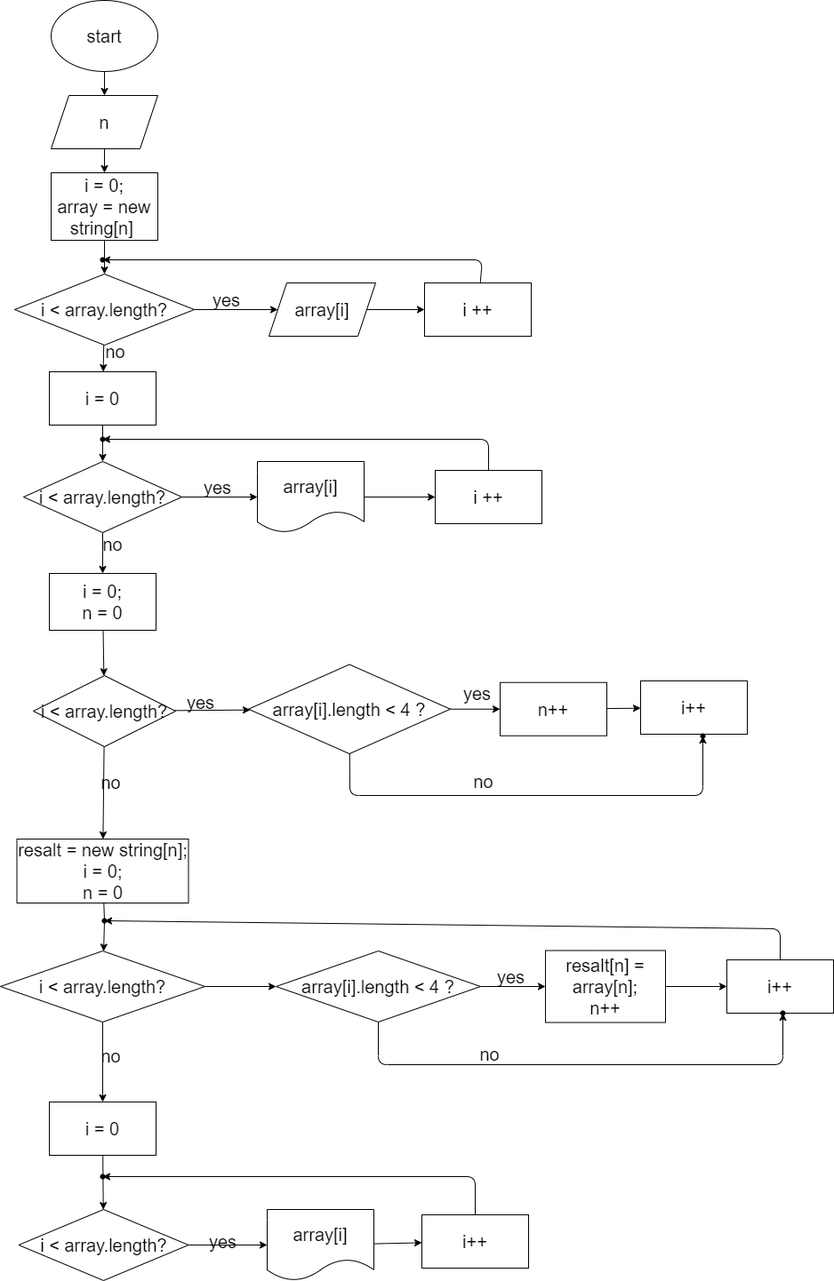
Before: diagram.drawio.png, a diagram exported from draw.io (azl23/BlockResults). Source tidied: cells renumbered, new cells last; positions are measured from the earlier drawing's top-left corner, leaving out a move shared by most shapes. The source it was exported from:
```xml
<mxGraphModel>
  <root>
    <mxCell id="0" />
    <mxCell id="1" parent="0" />
    <mxCell id="2" style="edgeStyle=none;html=1;fontSize=20;" parent="1" edge="1" source="3" target="5">
      <mxGeometry relative="1" as="geometry" />
    </mxCell>
    <mxCell id="3" value="start" style="ellipse;whiteSpace=wrap;html=1;fontSize=20;" parent="1" vertex="1">
      <mxGeometry x="57" width="120" height="80" as="geometry" />
    </mxCell>
    <mxCell id="4" style="edgeStyle=none;html=1;fontSize=20;" parent="1" edge="1" source="5" target="7">
      <mxGeometry relative="1" as="geometry" />
    </mxCell>
    <mxCell id="5" value="n" style="shape=parallelogram;perimeter=parallelogramPerimeter;whiteSpace=wrap;html=1;fixedSize=1;fontSize=20;" parent="1" vertex="1">
      <mxGeometry x="57" y="107" width="120" height="60" as="geometry" />
    </mxCell>
    <mxCell id="6" style="edgeStyle=none;html=1;fontSize=20;" parent="1" edge="1" source="7" target="10">
      <mxGeometry relative="1" as="geometry" />
    </mxCell>
    <mxCell id="7" value="i = 0;&lt;br&gt;array = new string[n]&amp;nbsp;" style="whiteSpace=wrap;html=1;fontSize=20;" parent="1" vertex="1">
      <mxGeometry x="57" y="194" width="120" height="76" as="geometry" />
    </mxCell>
    <mxCell id="8" style="edgeStyle=none;html=1;fontSize=20;" parent="1" edge="1" source="10" target="12">
      <mxGeometry relative="1" as="geometry" />
    </mxCell>
    <mxCell id="9" style="edgeStyle=none;html=1;fontSize=20;" parent="1" edge="1" source="10" target="18">
      <mxGeometry relative="1" as="geometry" />
    </mxCell>
    <mxCell id="10" value="i &amp;lt; array.length?" style="rhombus;whiteSpace=wrap;html=1;fontSize=20;" parent="1" vertex="1">
      <mxGeometry x="16" y="308" width="202" height="80" as="geometry" />
    </mxCell>
    <mxCell id="11" style="edgeStyle=none;html=1;fontSize=20;" parent="1" edge="1" source="12" target="15">
      <mxGeometry relative="1" as="geometry" />
    </mxCell>
    <mxCell id="12" value="array[i]" style="shape=parallelogram;perimeter=parallelogramPerimeter;whiteSpace=wrap;html=1;fixedSize=1;fontSize=20;" parent="1" vertex="1">
      <mxGeometry x="302" y="318" width="120" height="60" as="geometry" />
    </mxCell>
    <mxCell id="13" value="yes" style="text;html=1;align=center;verticalAlign=middle;strokeColor=none;fillColor=none;fontSize=20;" parent="1" vertex="1">
      <mxGeometry x="233" y="323" width="41" height="28" as="geometry" />
    </mxCell>
    <mxCell id="14" style="edgeStyle=none;html=1;fontSize=20;" parent="1" edge="1" source="15" target="16">
      <mxGeometry relative="1" as="geometry">
        <Array as="points">
          <mxPoint x="542" y="292" />
        </Array>
      </mxGeometry>
    </mxCell>
    <mxCell id="15" value="i ++" style="whiteSpace=wrap;html=1;fontSize=20;" parent="1" vertex="1">
      <mxGeometry x="477" y="318" width="120" height="60" as="geometry" />
    </mxCell>
    <mxCell id="16" style="shape=waypoint;sketch=0;size=6;points=[];fillColor=default;perimeter=centerPerimeter;snapToPoint=1;fontSize=20;" parent="1" vertex="1">
      <mxGeometry x="95" y="272" width="40" height="40" as="geometry" />
    </mxCell>
    <mxCell id="17" style="edgeStyle=none;html=1;fontSize=20;startArrow=none;" parent="1" edge="1" source="28" target="22">
      <mxGeometry relative="1" as="geometry" />
    </mxCell>
    <mxCell id="18" value="i = 0" style="whiteSpace=wrap;html=1;fontSize=20;" parent="1" vertex="1">
      <mxGeometry x="55" y="418" width="120" height="60" as="geometry" />
    </mxCell>
    <mxCell id="19" value="no" style="text;html=1;align=center;verticalAlign=middle;strokeColor=none;fillColor=none;fontSize=20;" parent="1" vertex="1">
      <mxGeometry x="113" y="381" width="32" height="28" as="geometry" />
    </mxCell>
    <mxCell id="20" style="edgeStyle=none;html=1;fontSize=20;" parent="1" edge="1" source="22" target="24">
      <mxGeometry relative="1" as="geometry" />
    </mxCell>
    <mxCell id="21" style="edgeStyle=none;html=1;fontSize=20;" parent="1" edge="1" source="22" target="31">
      <mxGeometry relative="1" as="geometry" />
    </mxCell>
    <mxCell id="22" value="i &amp;lt; array.length?" style="rhombus;whiteSpace=wrap;html=1;fontSize=20;" parent="1" vertex="1">
      <mxGeometry x="26" y="519" width="178" height="80" as="geometry" />
    </mxCell>
    <mxCell id="23" style="edgeStyle=none;html=1;fontSize=20;" parent="1" edge="1" source="24" target="26">
      <mxGeometry relative="1" as="geometry" />
    </mxCell>
    <mxCell id="24" value="array[i]" style="shape=document;whiteSpace=wrap;html=1;boundedLbl=1;fontSize=20;" parent="1" vertex="1">
      <mxGeometry x="289" y="519" width="120" height="80" as="geometry" />
    </mxCell>
    <mxCell id="25" style="edgeStyle=none;html=1;fontSize=20;" parent="1" edge="1" source="26" target="28">
      <mxGeometry relative="1" as="geometry">
        <Array as="points">
          <mxPoint x="549" y="494" />
        </Array>
      </mxGeometry>
    </mxCell>
    <mxCell id="26" value="i ++" style="whiteSpace=wrap;html=1;fontSize=20;" parent="1" vertex="1">
      <mxGeometry x="489" y="529" width="120" height="60" as="geometry" />
    </mxCell>
    <mxCell id="27" value="yes" style="text;html=1;align=center;verticalAlign=middle;strokeColor=none;fillColor=none;fontSize=20;" parent="1" vertex="1">
      <mxGeometry x="223" y="534" width="41" height="28" as="geometry" />
    </mxCell>
    <mxCell id="28" style="shape=waypoint;sketch=0;size=6;points=[];fillColor=default;perimeter=centerPerimeter;snapToPoint=1;fontSize=20;" parent="1" vertex="1">
      <mxGeometry x="95" y="474" width="40" height="40" as="geometry" />
    </mxCell>
    <mxCell id="29" style="edgeStyle=none;html=1;fontSize=20;endArrow=none;" parent="1" edge="1" source="18" target="28">
      <mxGeometry relative="1" as="geometry" />
    </mxCell>
    <mxCell id="30" style="edgeStyle=none;html=1;fontSize=20;" parent="1" edge="1" source="31" target="35">
      <mxGeometry relative="1" as="geometry" />
    </mxCell>
    <mxCell id="31" value="i = 0;&lt;br&gt;n = 0" style="whiteSpace=wrap;html=1;fontSize=20;" parent="1" vertex="1">
      <mxGeometry x="55" y="645" width="120" height="64" as="geometry" />
    </mxCell>
    <mxCell id="32" value="no" style="text;html=1;align=center;verticalAlign=middle;strokeColor=none;fillColor=none;fontSize=20;" parent="1" vertex="1">
      <mxGeometry x="110" y="598" width="32" height="28" as="geometry" />
    </mxCell>
    <mxCell id="33" style="edgeStyle=none;html=1;fontSize=20;" parent="1" edge="1" source="35" target="38">
      <mxGeometry relative="1" as="geometry" />
    </mxCell>
    <mxCell id="34" style="edgeStyle=none;html=1;fontSize=20;" parent="1" edge="1" source="35" target="47">
      <mxGeometry relative="1" as="geometry" />
    </mxCell>
    <mxCell id="35" value="i &amp;lt; array.length?" style="rhombus;whiteSpace=wrap;html=1;fontSize=20;" parent="1" vertex="1">
      <mxGeometry x="37" y="760" width="160" height="80" as="geometry" />
    </mxCell>
    <mxCell id="36" style="edgeStyle=none;html=1;fontSize=20;" parent="1" edge="1" source="38" target="40">
      <mxGeometry relative="1" as="geometry" />
    </mxCell>
    <mxCell id="37" style="edgeStyle=none;html=1;fontSize=20;" parent="1" edge="1" source="38" target="44">
      <mxGeometry relative="1" as="geometry">
        <Array as="points">
          <mxPoint x="393" y="895" />
          <mxPoint x="790" y="895" />
        </Array>
      </mxGeometry>
    </mxCell>
    <mxCell id="38" value="array[i].length &amp;lt; 4 ?" style="rhombus;whiteSpace=wrap;html=1;fontSize=20;" parent="1" vertex="1">
      <mxGeometry x="279" y="747.5" width="227" height="100.5" as="geometry" />
    </mxCell>
    <mxCell id="39" style="edgeStyle=none;html=1;fontSize=20;" parent="1" edge="1" source="40" target="43">
      <mxGeometry relative="1" as="geometry" />
    </mxCell>
    <mxCell id="40" value="n++" style="whiteSpace=wrap;html=1;fontSize=20;" parent="1" vertex="1">
      <mxGeometry x="562" y="767.8" width="120" height="60" as="geometry" />
    </mxCell>
    <mxCell id="41" value="yes" style="text;html=1;align=center;verticalAlign=middle;strokeColor=none;fillColor=none;fontSize=20;" parent="1" vertex="1">
      <mxGeometry x="204" y="776" width="41" height="28" as="geometry" />
    </mxCell>
    <mxCell id="42" value="yes" style="text;html=1;align=center;verticalAlign=middle;strokeColor=none;fillColor=none;fontSize=20;" parent="1" vertex="1">
      <mxGeometry x="515" y="766" width="41" height="28" as="geometry" />
    </mxCell>
    <mxCell id="43" value="i++" style="whiteSpace=wrap;html=1;fontSize=20;" parent="1" vertex="1">
      <mxGeometry x="720" y="766" width="120" height="60" as="geometry" />
    </mxCell>
    <mxCell id="44" style="shape=waypoint;sketch=0;size=6;points=[];fillColor=default;perimeter=centerPerimeter;snapToPoint=1;fontSize=20;" parent="1" vertex="1">
      <mxGeometry x="770" y="808" width="40" height="40" as="geometry" />
    </mxCell>
    <mxCell id="45" value="no" style="text;html=1;align=center;verticalAlign=middle;strokeColor=none;fillColor=none;fontSize=20;" parent="1" vertex="1">
      <mxGeometry x="527" y="865" width="32" height="28" as="geometry" />
    </mxCell>
    <mxCell id="46" style="edgeStyle=none;html=1;fontSize=20;startArrow=none;" parent="1" edge="1" source="60" target="51">
      <mxGeometry relative="1" as="geometry" />
    </mxCell>
    <mxCell id="47" value="resalt = new string[n];&lt;br&gt;i = 0;&lt;br&gt;n = 0" style="whiteSpace=wrap;html=1;fontSize=20;" parent="1" vertex="1">
      <mxGeometry x="18.5" y="944" width="193" height="72" as="geometry" />
    </mxCell>
    <mxCell id="48" value="no" style="text;html=1;align=center;verticalAlign=middle;strokeColor=none;fillColor=none;fontSize=20;" parent="1" vertex="1">
      <mxGeometry x="108" y="866" width="32" height="28" as="geometry" />
    </mxCell>
    <mxCell id="49" style="edgeStyle=none;html=1;fontSize=20;" parent="1" edge="1" source="51" target="54">
      <mxGeometry relative="1" as="geometry" />
    </mxCell>
    <mxCell id="50" style="edgeStyle=none;html=1;fontSize=20;" parent="1" edge="1" source="51" target="65">
      <mxGeometry relative="1" as="geometry" />
    </mxCell>
    <mxCell id="51" value="i &amp;lt; array.length?" style="rhombus;whiteSpace=wrap;html=1;fontSize=20;" parent="1" vertex="1">
      <mxGeometry y="1070" width="230" height="80" as="geometry" />
    </mxCell>
    <mxCell id="52" style="edgeStyle=none;html=1;fontSize=20;" parent="1" edge="1" source="54" target="56">
      <mxGeometry relative="1" as="geometry" />
    </mxCell>
    <mxCell id="53" style="edgeStyle=none;html=1;fontSize=20;" parent="1" edge="1" source="54" target="62">
      <mxGeometry relative="1" as="geometry">
        <Array as="points">
          <mxPoint x="425" y="1198" />
          <mxPoint x="880" y="1198" />
        </Array>
      </mxGeometry>
    </mxCell>
    <mxCell id="54" value="array[i].length &amp;lt; 4 ?" style="rhombus;whiteSpace=wrap;html=1;fontSize=20;" parent="1" vertex="1">
      <mxGeometry x="310" y="1070" width="230" height="80" as="geometry" />
    </mxCell>
    <mxCell id="55" style="edgeStyle=none;html=1;fontSize=20;" parent="1" edge="1" source="56" target="59">
      <mxGeometry relative="1" as="geometry" />
    </mxCell>
    <mxCell id="56" value="resalt[n] = array[n];&lt;br&gt;n++" style="whiteSpace=wrap;html=1;fontSize=20;" parent="1" vertex="1">
      <mxGeometry x="613" y="1069.5" width="135" height="81" as="geometry" />
    </mxCell>
    <mxCell id="57" value="yes" style="text;html=1;align=center;verticalAlign=middle;strokeColor=none;fillColor=none;fontSize=20;" parent="1" vertex="1">
      <mxGeometry x="553" y="1085" width="41" height="28" as="geometry" />
    </mxCell>
    <mxCell id="58" style="edgeStyle=none;html=1;fontSize=20;" parent="1" edge="1" source="59" target="60">
      <mxGeometry relative="1" as="geometry">
        <Array as="points">
          <mxPoint x="877" y="1045" />
        </Array>
      </mxGeometry>
    </mxCell>
    <mxCell id="59" value="i++" style="whiteSpace=wrap;html=1;fontSize=20;" parent="1" vertex="1">
      <mxGeometry x="817" y="1080" width="120" height="60" as="geometry" />
    </mxCell>
    <mxCell id="60" style="shape=waypoint;sketch=0;size=6;points=[];fillColor=default;perimeter=centerPerimeter;snapToPoint=1;fontSize=20;" parent="1" vertex="1">
      <mxGeometry x="97" y="1016" width="40" height="40" as="geometry" />
    </mxCell>
    <mxCell id="61" style="edgeStyle=none;html=1;fontSize=20;endArrow=none;" parent="1" edge="1" source="47" target="60">
      <mxGeometry relative="1" as="geometry" />
    </mxCell>
    <mxCell id="62" style="shape=waypoint;sketch=0;size=6;points=[];fillColor=default;perimeter=centerPerimeter;snapToPoint=1;fontSize=20;" parent="1" vertex="1">
      <mxGeometry x="860" y="1120" width="40" height="40" as="geometry" />
    </mxCell>
    <mxCell id="63" value="no" style="text;html=1;align=center;verticalAlign=middle;strokeColor=none;fillColor=none;fontSize=20;" parent="1" vertex="1">
      <mxGeometry x="534" y="1172" width="32" height="28" as="geometry" />
    </mxCell>
    <mxCell id="64" style="edgeStyle=none;html=1;fontSize=20;" parent="1" edge="1" source="65" target="68">
      <mxGeometry relative="1" as="geometry" />
    </mxCell>
    <mxCell id="65" value="i = 0" style="whiteSpace=wrap;html=1;fontSize=20;" parent="1" vertex="1">
      <mxGeometry x="55" y="1240" width="120" height="60" as="geometry" />
    </mxCell>
    <mxCell id="66" value="no" style="text;html=1;align=center;verticalAlign=middle;strokeColor=none;fillColor=none;fontSize=20;" parent="1" vertex="1">
      <mxGeometry x="108" y="1174" width="32" height="28" as="geometry" />
    </mxCell>
    <mxCell id="67" style="edgeStyle=none;html=1;fontSize=20;" parent="1" edge="1" source="68" target="70">
      <mxGeometry relative="1" as="geometry" />
    </mxCell>
    <mxCell id="68" value="i &amp;lt; array.length?" style="rhombus;whiteSpace=wrap;html=1;fontSize=20;" parent="1" vertex="1">
      <mxGeometry x="20.5" y="1361" width="191" height="80" as="geometry" />
    </mxCell>
    <mxCell id="69" style="edgeStyle=none;html=1;fontSize=20;" parent="1" edge="1" source="70" target="73">
      <mxGeometry relative="1" as="geometry" />
    </mxCell>
    <mxCell id="70" value="array[i]" style="shape=document;whiteSpace=wrap;html=1;boundedLbl=1;fontSize=20;" parent="1" vertex="1">
      <mxGeometry x="300" y="1361" width="120" height="80" as="geometry" />
    </mxCell>
    <mxCell id="71" value="yes" style="text;html=1;align=center;verticalAlign=middle;strokeColor=none;fillColor=none;fontSize=20;" parent="1" vertex="1">
      <mxGeometry x="229" y="1383" width="41" height="28" as="geometry" />
    </mxCell>
    <mxCell id="72" style="edgeStyle=none;html=1;fontSize=20;" parent="1" edge="1" source="73" target="74">
      <mxGeometry relative="1" as="geometry">
        <Array as="points">
          <mxPoint x="534" y="1324" />
        </Array>
      </mxGeometry>
    </mxCell>
    <mxCell id="73" value="i++" style="whiteSpace=wrap;html=1;fontSize=20;" parent="1" vertex="1">
      <mxGeometry x="474" y="1367" width="120" height="60" as="geometry" />
    </mxCell>
    <mxCell id="74" style="shape=waypoint;sketch=0;size=6;points=[];fillColor=default;perimeter=centerPerimeter;snapToPoint=1;fontSize=20;" parent="1" vertex="1">
      <mxGeometry x="95" y="1304" width="40" height="40" as="geometry" />
    </mxCell>
  </root>
</mxGraphModel>
```
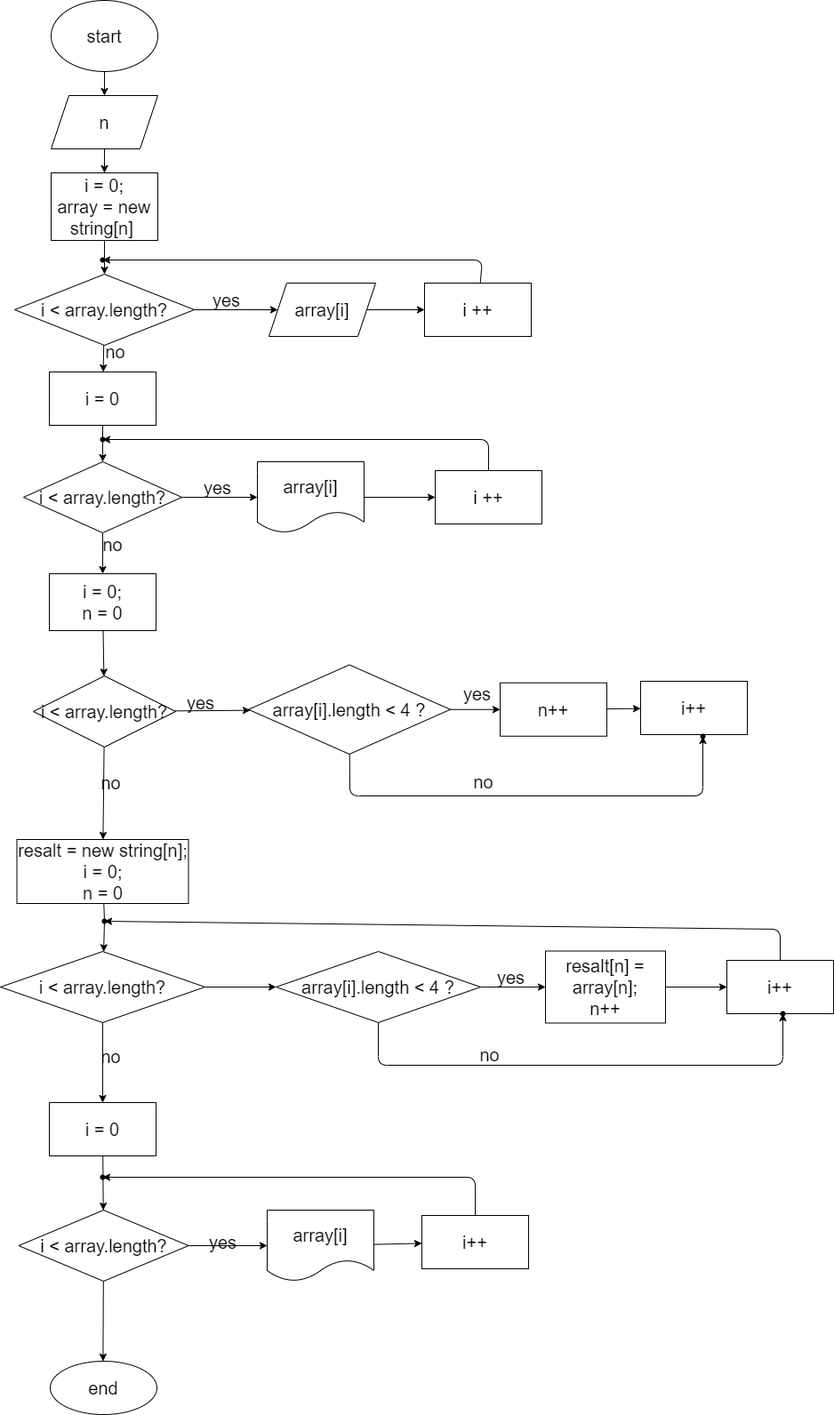
After the change.

What changed in the source:
```diff
@@ -222,6 +222,9 @@
     <mxCell id="67" style="edgeStyle=none;html=1;fontSize=20;" parent="1" edge="1" source="68" target="70">
       <mxGeometry relative="1" as="geometry" />
     </mxCell>
+    <mxCell id="75" style="edgeStyle=none;html=1;fontSize=20;" parent="1" edge="1" source="68" target="76">
+      <mxGeometry relative="1" as="geometry" />
+    </mxCell>
     <mxCell id="68" value="i &amp;lt; array.length?" style="rhombus;whiteSpace=wrap;html=1;fontSize=20;" parent="1" vertex="1">
       <mxGeometry x="20.5" y="1361" width="191" height="80" as="geometry" />
     </mxCell>
@@ -247,5 +250,8 @@
     <mxCell id="74" style="shape=waypoint;sketch=0;size=6;points=[];fillColor=default;perimeter=centerPerimeter;snapToPoint=1;fontSize=20;" parent="1" vertex="1">
       <mxGeometry x="95" y="1304" width="40" height="40" as="geometry" />
     </mxCell>
+    <mxCell id="76" value="end" style="ellipse;whiteSpace=wrap;html=1;fontSize=20;" parent="1" vertex="1">
+      <mxGeometry x="56" y="1531" width="120" height="60" as="geometry" />
+    </mxCell>
   </root>
 </mxGraphModel>
```
